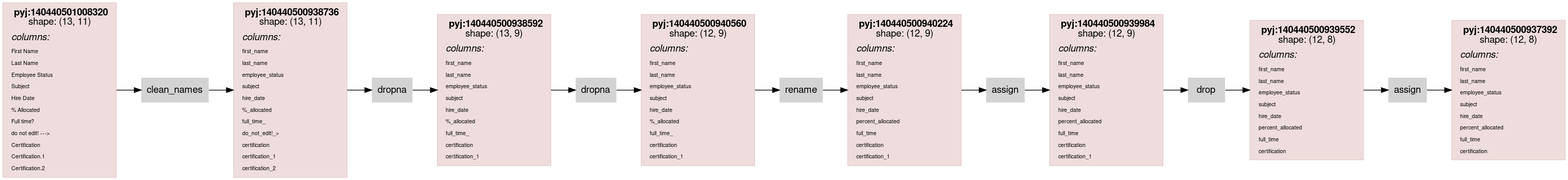
Before: scripts/rdflog/dirty-clean-w-cmc.ttl.dot.png, a diagram exported from Graphviz (asmirnov69/pyjviz-poc). Its source is kept beside it as scripts/rdflog/dirty-clean-w-cmc.ttl.dot. Its diagram source:
```dot
    digraph G {
    rankdir = "LR"
    fontname="Helvetica,Arial,sans-serif"
    node [
      style=filled
      shape=rect
      pencolor="#00000044" // frames color
      fontname="Helvetica,Arial,sans-serif"
      shape=plaintext
    ]
    edge [fontname="Helvetica,Arial,sans-serif"]

node0_0 [
                color="#88000022"
                shape = rect
                label = <<table border="0" cellborder="0" cellspacing="0" cellpadding="4">
                         <tr> <td> <b>pyj:140440501008320</b><br/>shape: (13, 11)</td> </tr>
                         <tr> <td align="left"><i>columns:</i><br align="left"/></td></tr>
                <tr><td align="left"><FONT POINT-SIZE="8px">First Name</FONT></td></tr>
<tr><td align="left"><FONT POINT-SIZE="8px">Last Name</FONT></td></tr>
<tr><td align="left"><FONT POINT-SIZE="8px">Employee Status</FONT></td></tr>
<tr><td align="left"><FONT POINT-SIZE="8px">Subject</FONT></td></tr>
<tr><td align="left"><FONT POINT-SIZE="8px">Hire Date</FONT></td></tr>
<tr><td align="left"><FONT POINT-SIZE="8px">% Allocated</FONT></td></tr>
<tr><td align="left"><FONT POINT-SIZE="8px">Full time?</FONT></td></tr>
<tr><td align="left"><FONT POINT-SIZE="8px">do not edit! ---&gt;</FONT></td></tr>
<tr><td align="left"><FONT POINT-SIZE="8px">Certification</FONT></td></tr>
<tr><td align="left"><FONT POINT-SIZE="8px">Certification.1</FONT></td></tr>
<tr><td align="left"><FONT POINT-SIZE="8px">Certification.2</FONT></td></tr>
                         </table>>
                ];
node0_1 [
                color="#88000022"
                shape = rect
                label = <<table border="0" cellborder="0" cellspacing="0" cellpadding="4">
                         <tr> <td> <b>pyj:140440500938736</b><br/>shape: (13, 11)</td> </tr>
                         <tr> <td align="left"><i>columns:</i><br align="left"/></td></tr>
                <tr><td align="left"><FONT POINT-SIZE="8px">first_name</FONT></td></tr>
<tr><td align="left"><FONT POINT-SIZE="8px">last_name</FONT></td></tr>
<tr><td align="left"><FONT POINT-SIZE="8px">employee_status</FONT></td></tr>
<tr><td align="left"><FONT POINT-SIZE="8px">subject</FONT></td></tr>
<tr><td align="left"><FONT POINT-SIZE="8px">hire_date</FONT></td></tr>
<tr><td align="left"><FONT POINT-SIZE="8px">%_allocated</FONT></td></tr>
<tr><td align="left"><FONT POINT-SIZE="8px">full_time_</FONT></td></tr>
<tr><td align="left"><FONT POINT-SIZE="8px">do_not_edit!_&gt;</FONT></td></tr>
<tr><td align="left"><FONT POINT-SIZE="8px">certification</FONT></td></tr>
<tr><td align="left"><FONT POINT-SIZE="8px">certification_1</FONT></td></tr>
<tr><td align="left"><FONT POINT-SIZE="8px">certification_2</FONT></td></tr>
                         </table>>
                ];
node0_2 [
                color="#88000022"
                shape = rect
                label = <<table border="0" cellborder="0" cellspacing="0" cellpadding="4">
                         <tr> <td> <b>pyj:140440500938592</b><br/>shape: (13, 9)</td> </tr>
                         <tr> <td align="left"><i>columns:</i><br align="left"/></td></tr>
                <tr><td align="left"><FONT POINT-SIZE="8px">first_name</FONT></td></tr>
<tr><td align="left"><FONT POINT-SIZE="8px">last_name</FONT></td></tr>
<tr><td align="left"><FONT POINT-SIZE="8px">employee_status</FONT></td></tr>
<tr><td align="left"><FONT POINT-SIZE="8px">subject</FONT></td></tr>
<tr><td align="left"><FONT POINT-SIZE="8px">hire_date</FONT></td></tr>
<tr><td align="left"><FONT POINT-SIZE="8px">%_allocated</FONT></td></tr>
<tr><td align="left"><FONT POINT-SIZE="8px">full_time_</FONT></td></tr>
<tr><td align="left"><FONT POINT-SIZE="8px">certification</FONT></td></tr>
<tr><td align="left"><FONT POINT-SIZE="8px">certification_1</FONT></td></tr>
                         </table>>
                ];
node0_3 [
                color="#88000022"
                shape = rect
                label = <<table border="0" cellborder="0" cellspacing="0" cellpadding="4">
                         <tr> <td> <b>pyj:140440500940560</b><br/>shape: (12, 9)</td> </tr>
                         <tr> <td align="left"><i>columns:</i><br align="left"/></td></tr>
                <tr><td align="left"><FONT POINT-SIZE="8px">first_name</FONT></td></tr>
<tr><td align="left"><FONT POINT-SIZE="8px">last_name</FONT></td></tr>
<tr><td align="left"><FONT POINT-SIZE="8px">employee_status</FONT></td></tr>
<tr><td align="left"><FONT POINT-SIZE="8px">subject</FONT></td></tr>
<tr><td align="left"><FONT POINT-SIZE="8px">hire_date</FONT></td></tr>
<tr><td align="left"><FONT POINT-SIZE="8px">%_allocated</FONT></td></tr>
<tr><td align="left"><FONT POINT-SIZE="8px">full_time_</FONT></td></tr>
<tr><td align="left"><FONT POINT-SIZE="8px">certification</FONT></td></tr>
<tr><td align="left"><FONT POINT-SIZE="8px">certification_1</FONT></td></tr>
                         </table>>
                ];
node0_4 [
                color="#88000022"
                shape = rect
                label = <<table border="0" cellborder="0" cellspacing="0" cellpadding="4">
                         <tr> <td> <b>pyj:140440500940224</b><br/>shape: (12, 9)</td> </tr>
                         <tr> <td align="left"><i>columns:</i><br align="left"/></td></tr>
                <tr><td align="left"><FONT POINT-SIZE="8px">first_name</FONT></td></tr>
<tr><td align="left"><FONT POINT-SIZE="8px">last_name</FONT></td></tr>
<tr><td align="left"><FONT POINT-SIZE="8px">employee_status</FONT></td></tr>
<tr><td align="left"><FONT POINT-SIZE="8px">subject</FONT></td></tr>
<tr><td align="left"><FONT POINT-SIZE="8px">hire_date</FONT></td></tr>
<tr><td align="left"><FONT POINT-SIZE="8px">percent_allocated</FONT></td></tr>
<tr><td align="left"><FONT POINT-SIZE="8px">full_time</FONT></td></tr>
<tr><td align="left"><FONT POINT-SIZE="8px">certification</FONT></td></tr>
<tr><td align="left"><FONT POINT-SIZE="8px">certification_1</FONT></td></tr>
                         </table>>
                ];
node0_5 [
                color="#88000022"
                shape = rect
                label = <<table border="0" cellborder="0" cellspacing="0" cellpadding="4">
                         <tr> <td> <b>pyj:140440500939984</b><br/>shape: (12, 9)</td> </tr>
                         <tr> <td align="left"><i>columns:</i><br align="left"/></td></tr>
                <tr><td align="left"><FONT POINT-SIZE="8px">first_name</FONT></td></tr>
<tr><td align="left"><FONT POINT-SIZE="8px">last_name</FONT></td></tr>
<tr><td align="left"><FONT POINT-SIZE="8px">employee_status</FONT></td></tr>
<tr><td align="left"><FONT POINT-SIZE="8px">subject</FONT></td></tr>
<tr><td align="left"><FONT POINT-SIZE="8px">hire_date</FONT></td></tr>
<tr><td align="left"><FONT POINT-SIZE="8px">percent_allocated</FONT></td></tr>
<tr><td align="left"><FONT POINT-SIZE="8px">full_time</FONT></td></tr>
<tr><td align="left"><FONT POINT-SIZE="8px">certification</FONT></td></tr>
<tr><td align="left"><FONT POINT-SIZE="8px">certification_1</FONT></td></tr>
                         </table>>
                ];
node0_6 [
                color="#88000022"
                shape = rect
                label = <<table border="0" cellborder="0" cellspacing="0" cellpadding="4">
                         <tr> <td> <b>pyj:140440500939552</b><br/>shape: (12, 8)</td> </tr>
                         <tr> <td align="left"><i>columns:</i><br align="left"/></td></tr>
                <tr><td align="left"><FONT POINT-SIZE="8px">first_name</FONT></td></tr>
<tr><td align="left"><FONT POINT-SIZE="8px">last_name</FONT></td></tr>
<tr><td align="left"><FONT POINT-SIZE="8px">employee_status</FONT></td></tr>
<tr><td align="left"><FONT POINT-SIZE="8px">subject</FONT></td></tr>
<tr><td align="left"><FONT POINT-SIZE="8px">hire_date</FONT></td></tr>
<tr><td align="left"><FONT POINT-SIZE="8px">percent_allocated</FONT></td></tr>
<tr><td align="left"><FONT POINT-SIZE="8px">full_time</FONT></td></tr>
<tr><td align="left"><FONT POINT-SIZE="8px">certification</FONT></td></tr>
                         </table>>
                ];
node0_7 [
                color="#88000022"
                shape = rect
                label = <<table border="0" cellborder="0" cellspacing="0" cellpadding="4">
                         <tr> <td> <b>pyj:140440500937392</b><br/>shape: (12, 8)</td> </tr>
                         <tr> <td align="left"><i>columns:</i><br align="left"/></td></tr>
                <tr><td align="left"><FONT POINT-SIZE="8px">first_name</FONT></td></tr>
<tr><td align="left"><FONT POINT-SIZE="8px">last_name</FONT></td></tr>
<tr><td align="left"><FONT POINT-SIZE="8px">employee_status</FONT></td></tr>
<tr><td align="left"><FONT POINT-SIZE="8px">subject</FONT></td></tr>
<tr><td align="left"><FONT POINT-SIZE="8px">hire_date</FONT></td></tr>
<tr><td align="left"><FONT POINT-SIZE="8px">percent_allocated</FONT></td></tr>
<tr><td align="left"><FONT POINT-SIZE="8px">full_time</FONT></td></tr>
<tr><td align="left"><FONT POINT-SIZE="8px">certification</FONT></td></tr>
                         </table>>
                ];
node0_8 [ label = "clean_names" ];
node0_9 [ label = "dropna" ];
node0_10 [ label = "dropna" ];
node0_11 [ label = "rename" ];
node0_12 [ label = "assign" ];
node0_13 [ label = "drop" ];
node0_14 [ label = "assign" ];
node0_0 -> node0_8;
node0_1 -> node0_9;
node0_2 -> node0_10;
node0_3 -> node0_11;
node0_4 -> node0_12;
node0_5 -> node0_13;
node0_6 -> node0_14;
node0_8 -> node0_1;
node0_9 -> node0_2;
node0_10 -> node0_3;
node0_11 -> node0_4;
node0_12 -> node0_5;
node0_13 -> node0_6;
node0_14 -> node0_7;
}
```
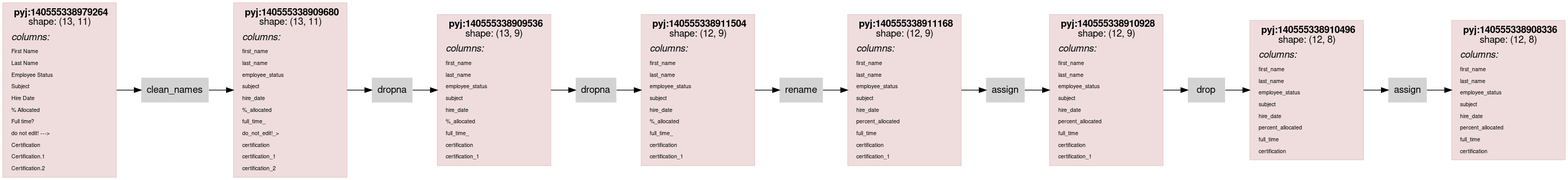
The same file after the commit.

What changed in the source:
```diff
@@ -14,7 +14,7 @@
                 color="#88000022"
                 shape = rect
                 label = <<table border="0" cellborder="0" cellspacing="0" cellpadding="4">
-                         <tr> <td> <b>pyj:140440501008320</b><br/>shape: (13, 11)</td> </tr>
+                         <tr> <td> <b>pyj:140555338979264</b><br/>shape: (13, 11)</td> </tr>
                          <tr> <td align="left"><i>columns:</i><br align="left"/></td></tr>
                 <tr><td align="left"><FONT POINT-SIZE="8px">First Name</FONT></td></tr>
 <tr><td align="left"><FONT POINT-SIZE="8px">Last Name</FONT></td></tr>
@@ -33,7 +33,7 @@
                 color="#88000022"
                 shape = rect
                 label = <<table border="0" cellborder="0" cellspacing="0" cellpadding="4">
-                         <tr> <td> <b>pyj:140440500938736</b><br/>shape: (13, 11)</td> </tr>
+                         <tr> <td> <b>pyj:140555338909680</b><br/>shape: (13, 11)</td> </tr>
                          <tr> <td align="left"><i>columns:</i><br align="left"/></td></tr>
                 <tr><td align="left"><FONT POINT-SIZE="8px">first_name</FONT></td></tr>
 <tr><td align="left"><FONT POINT-SIZE="8px">last_name</FONT></td></tr>
@@ -52,7 +52,7 @@
                 color="#88000022"
                 shape = rect
                 label = <<table border="0" cellborder="0" cellspacing="0" cellpadding="4">
-                         <tr> <td> <b>pyj:140440500938592</b><br/>shape: (13, 9)</td> </tr>
+                         <tr> <td> <b>pyj:140555338909536</b><br/>shape: (13, 9)</td> </tr>
                          <tr> <td align="left"><i>columns:</i><br align="left"/></td></tr>
                 <tr><td align="left"><FONT POINT-SIZE="8px">first_name</FONT></td></tr>
 <tr><td align="left"><FONT POINT-SIZE="8px">last_name</FONT></td></tr>
@@ -69,7 +69,7 @@
                 color="#88000022"
                 shape = rect
                 label = <<table border="0" cellborder="0" cellspacing="0" cellpadding="4">
-                         <tr> <td> <b>pyj:140440500940560</b><br/>shape: (12, 9)</td> </tr>
+                         <tr> <td> <b>pyj:140555338911504</b><br/>shape: (12, 9)</td> </tr>
                          <tr> <td align="left"><i>columns:</i><br align="left"/></td></tr>
                 <tr><td align="left"><FONT POINT-SIZE="8px">first_name</FONT></td></tr>
 <tr><td align="left"><FONT POINT-SIZE="8px">last_name</FONT></td></tr>
@@ -86,7 +86,7 @@
                 color="#88000022"
                 shape = rect
                 label = <<table border="0" cellborder="0" cellspacing="0" cellpadding="4">
-                         <tr> <td> <b>pyj:140440500940224</b><br/>shape: (12, 9)</td> </tr>
+                         <tr> <td> <b>pyj:140555338911168</b><br/>shape: (12, 9)</td> </tr>
                          <tr> <td align="left"><i>columns:</i><br align="left"/></td></tr>
                 <tr><td align="left"><FONT POINT-SIZE="8px">first_name</FONT></td></tr>
 <tr><td align="left"><FONT POINT-SIZE="8px">last_name</FONT></td></tr>
@@ -103,7 +103,7 @@
                 color="#88000022"
                 shape = rect
                 label = <<table border="0" cellborder="0" cellspacing="0" cellpadding="4">
-                         <tr> <td> <b>pyj:140440500939984</b><br/>shape: (12, 9)</td> </tr>
+                         <tr> <td> <b>pyj:140555338910928</b><br/>shape: (12, 9)</td> </tr>
                          <tr> <td align="left"><i>columns:</i><br align="left"/></td></tr>
                 <tr><td align="left"><FONT POINT-SIZE="8px">first_name</FONT></td></tr>
 <tr><td align="left"><FONT POINT-SIZE="8px">last_name</FONT></td></tr>
@@ -120,7 +120,7 @@
                 color="#88000022"
                 shape = rect
                 label = <<table border="0" cellborder="0" cellspacing="0" cellpadding="4">
-                         <tr> <td> <b>pyj:140440500939552</b><br/>shape: (12, 8)</td> </tr>
+                         <tr> <td> <b>pyj:140555338910496</b><br/>shape: (12, 8)</td> </tr>
                          <tr> <td align="left"><i>columns:</i><br align="left"/></td></tr>
                 <tr><td align="left"><FONT POINT-SIZE="8px">first_name</FONT></td></tr>
 <tr><td align="left"><FONT POINT-SIZE="8px">last_name</FONT></td></tr>
@@ -136,7 +136,7 @@
                 color="#88000022"
                 shape = rect
                 label = <<table border="0" cellborder="0" cellspacing="0" cellpadding="4">
-                         <tr> <td> <b>pyj:140440500937392</b><br/>shape: (12, 8)</td> </tr>
+                         <tr> <td> <b>pyj:140555338908336</b><br/>shape: (12, 8)</td> </tr>
                          <tr> <td align="left"><i>columns:</i><br align="left"/></td></tr>
                 <tr><td align="left"><FONT POINT-SIZE="8px">first_name</FONT></td></tr>
 <tr><td align="left"><FONT POINT-SIZE="8px">last_name</FONT></td></tr>
```
